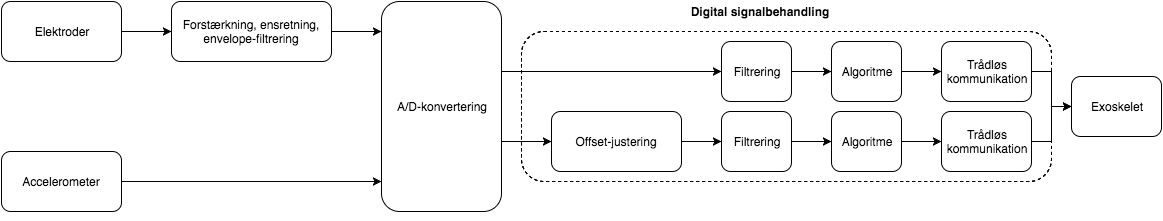
Above: figures/blokdiagram.png in mariakroustrup/ST4 (draw.io), before the change. Source tidied: cells renumbered, new cells last; positions are measured from the earlier drawing's top-left corner, leaving out a move shared by most shapes. Source of this version:
```xml
<mxGraphModel background="#ffffff">
  <root>
    <mxCell id="0" />
    <mxCell id="1" parent="0" />
    <mxCell id="2" style="rounded=1;whiteSpace=wrap;html=1;dashed=1;" parent="1" vertex="1">
      <mxGeometry x="520" y="30" width="530" height="150" as="geometry" />
    </mxCell>
    <mxCell id="3" value="Offset-justering" style="rounded=1;whiteSpace=wrap;html=1;" parent="1" vertex="1">
      <mxGeometry x="550" y="110" width="130" height="60" as="geometry" />
    </mxCell>
    <mxCell id="4" value="A/D-konvertering" style="rounded=1;whiteSpace=wrap;html=1;shadow=0;" parent="1" vertex="1">
      <mxGeometry x="380" width="120" height="210" as="geometry" />
    </mxCell>
    <mxCell id="5" value="Elektroder" style="rounded=1;whiteSpace=wrap;html=1;" parent="1" vertex="1">
      <mxGeometry width="120" height="60" as="geometry" />
    </mxCell>
    <mxCell id="6" value="Accelerometer" style="rounded=1;whiteSpace=wrap;html=1;" parent="1" vertex="1">
      <mxGeometry y="150" width="120" height="60" as="geometry" />
    </mxCell>
    <mxCell id="7" value="&lt;div&gt;Forstærkning, ensretning, envelope-filtrering&lt;/div&gt;" style="rounded=1;whiteSpace=wrap;html=1;" parent="1" vertex="1">
      <mxGeometry x="170" width="160" height="60" as="geometry" />
    </mxCell>
    <mxCell id="8" style="endArrow=classic;html=1;entryX=0;entryY=0.5;exitX=1;exitY=0.5;" parent="1" edge="1" source="5" target="7">
      <mxGeometry relative="1" as="geometry" />
    </mxCell>
    <mxCell id="9" style="edgeStyle=orthogonalEdgeStyle;rounded=0;html=1;exitX=1;exitY=0.5;jettySize=auto;" parent="1" edge="1" source="7">
      <mxGeometry relative="1" as="geometry">
        <mxPoint x="380" y="30" as="targetPoint" />
      </mxGeometry>
    </mxCell>
    <mxCell id="10" style="edgeStyle=orthogonalEdgeStyle;rounded=0;html=1;exitX=1;exitY=0.5;entryX=0;entryY=0.857;entryPerimeter=0;jettySize=auto;" parent="1" edge="1" source="6" target="4">
      <mxGeometry relative="1" as="geometry" />
    </mxCell>
    <mxCell id="11" style="edgeStyle=orthogonalEdgeStyle;rounded=0;html=1;exitX=0;exitY=0.5;entryX=0;entryY=0.5;jettySize=auto;orthogonalLoop=1;" parent="1" edge="1" source="3" target="3">
      <mxGeometry relative="1" as="geometry" />
    </mxCell>
    <mxCell id="12" value="&lt;b&gt;Digital signalbehandling&lt;/b&gt;" style="text;html=1;strokeColor=none;fillColor=none;align=center;verticalAlign=middle;whiteSpace=wrap;overflow=hidden;dashed=1;" parent="1" vertex="1">
      <mxGeometry x="670" width="175" height="20" as="geometry" />
    </mxCell>
    <mxCell id="13" style="edgeStyle=orthogonalEdgeStyle;rounded=0;html=1;exitX=0.5;exitY=1;startSize=6;jettySize=auto;orthogonalLoop=1;" parent="1" edge="1">
      <mxGeometry relative="1" as="geometry">
        <mxPoint x="755" y="210" as="sourcePoint" />
        <mxPoint x="755" y="210" as="targetPoint" />
      </mxGeometry>
    </mxCell>
    <mxCell id="14" value="&lt;span&gt;Filtrering&lt;/span&gt;" style="rounded=1;whiteSpace=wrap;html=1;" parent="1" vertex="1">
      <mxGeometry x="720" y="110" width="70" height="60" as="geometry" />
    </mxCell>
    <mxCell id="15" value="&lt;span&gt;Algoritme&lt;/span&gt;" style="rounded=1;whiteSpace=wrap;html=1;" parent="1" vertex="1">
      <mxGeometry x="830" y="110" width="70" height="60" as="geometry" />
    </mxCell>
    <mxCell id="16" value="&lt;span&gt;Trådløs&lt;/span&gt;&lt;br&gt;&lt;span&gt;kommunikation&lt;/span&gt;" style="rounded=1;whiteSpace=wrap;html=1;" parent="1" vertex="1">
      <mxGeometry x="940" y="110" width="90" height="60" as="geometry" />
    </mxCell>
    <mxCell id="17" value="Exoskelet" style="rounded=1;whiteSpace=wrap;html=1;" parent="1" vertex="1">
      <mxGeometry x="1070" y="75" width="90" height="60" as="geometry" />
    </mxCell>
    <mxCell id="18" style="edgeStyle=orthogonalEdgeStyle;rounded=0;html=1;exitX=1;exitY=0.5;jettySize=auto;strokeColor=#000000;" parent="1" edge="1" source="3" target="14">
      <mxGeometry relative="1" as="geometry" />
    </mxCell>
    <mxCell id="19" style="edgeStyle=orthogonalEdgeStyle;rounded=0;html=1;exitX=1;exitY=0.5;jettySize=auto;strokeColor=#000000;" parent="1" edge="1" source="14" target="15">
      <mxGeometry relative="1" as="geometry" />
    </mxCell>
    <mxCell id="20" style="edgeStyle=orthogonalEdgeStyle;rounded=0;html=1;exitX=1;exitY=0.5;entryX=0;entryY=0.5;jettySize=auto;strokeColor=#000000;" parent="1" edge="1" source="15" target="16">
      <mxGeometry relative="1" as="geometry" />
    </mxCell>
    <mxCell id="21" value="&lt;span&gt;Filtrering&lt;/span&gt;" style="rounded=1;whiteSpace=wrap;html=1;" parent="1" vertex="1">
      <mxGeometry x="720" y="40" width="70" height="60" as="geometry" />
    </mxCell>
    <mxCell id="22" value="&lt;span&gt;Algoritme&lt;/span&gt;" style="rounded=1;whiteSpace=wrap;html=1;" parent="1" vertex="1">
      <mxGeometry x="830" y="40" width="70" height="60" as="geometry" />
    </mxCell>
    <mxCell id="23" value="&lt;span&gt;Trådløs&lt;/span&gt;&lt;br&gt;&lt;span&gt;kommunikation&lt;/span&gt;" style="rounded=1;whiteSpace=wrap;html=1;" parent="1" vertex="1">
      <mxGeometry x="940" y="40" width="90" height="60" as="geometry" />
    </mxCell>
    <mxCell id="24" style="edgeStyle=orthogonalEdgeStyle;rounded=0;html=1;exitX=1;exitY=0.5;entryX=0;entryY=0.5;jettySize=auto;strokeColor=#000000;" parent="1" edge="1" source="23" target="17">
      <mxGeometry relative="1" as="geometry" />
    </mxCell>
    <mxCell id="25" style="edgeStyle=orthogonalEdgeStyle;rounded=0;html=1;exitX=1;exitY=0.5;entryX=0;entryY=0.5;jettySize=auto;strokeColor=#000000;" parent="1" edge="1" source="16" target="17">
      <mxGeometry relative="1" as="geometry" />
    </mxCell>
    <mxCell id="26" style="edgeStyle=orthogonalEdgeStyle;rounded=0;html=1;exitX=1;exitY=0.5;jettySize=auto;strokeColor=#000000;" parent="1" edge="1" source="4" target="21">
      <mxGeometry relative="1" as="geometry">
        <Array as="points">
          <mxPoint x="500" y="70" />
        </Array>
      </mxGeometry>
    </mxCell>
    <mxCell id="27" style="edgeStyle=orthogonalEdgeStyle;rounded=0;html=1;exitX=1;exitY=0.5;entryX=0;entryY=0.5;jettySize=auto;strokeColor=#000000;" parent="1" edge="1" source="21" target="22">
      <mxGeometry relative="1" as="geometry" />
    </mxCell>
    <mxCell id="28" style="edgeStyle=orthogonalEdgeStyle;rounded=0;html=1;exitX=1;exitY=0.5;entryX=0;entryY=0.5;jettySize=auto;strokeColor=#000000;" parent="1" edge="1" source="22" target="23">
      <mxGeometry relative="1" as="geometry" />
    </mxCell>
    <mxCell id="29" style="edgeStyle=orthogonalEdgeStyle;rounded=0;html=1;exitX=1;exitY=0.5;entryX=0;entryY=0.5;jettySize=auto;strokeColor=#000000;" parent="1" edge="1" source="4" target="3">
      <mxGeometry relative="1" as="geometry">
        <Array as="points">
          <mxPoint x="500" y="140" />
        </Array>
      </mxGeometry>
    </mxCell>
  </root>
</mxGraphModel>
```
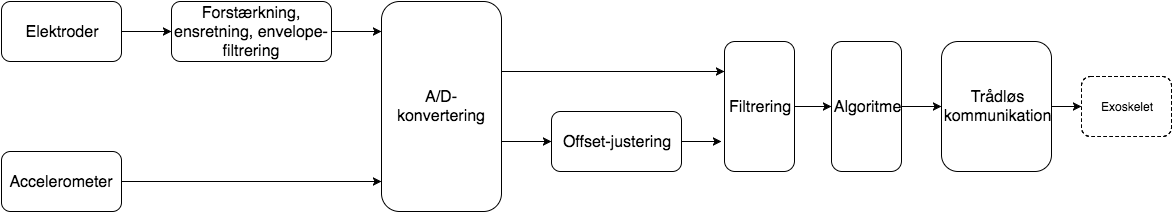
The same diagram one commit later.

Diff of the diagram source:
```diff
@@ -2,22 +2,19 @@
   <root>
     <mxCell id="0" />
     <mxCell id="1" parent="0" />
-    <mxCell id="2" style="rounded=1;whiteSpace=wrap;html=1;dashed=1;" parent="1" vertex="1">
-      <mxGeometry x="520" y="30" width="530" height="150" as="geometry" />
-    </mxCell>
-    <mxCell id="3" value="Offset-justering" style="rounded=1;whiteSpace=wrap;html=1;" parent="1" vertex="1">
+    <mxCell id="3" value="&lt;font style=&quot;font-size: 16px&quot;&gt;Offset-justering&lt;/font&gt;" style="rounded=1;whiteSpace=wrap;html=1;" parent="1" vertex="1">
       <mxGeometry x="550" y="110" width="130" height="60" as="geometry" />
     </mxCell>
-    <mxCell id="4" value="A/D-konvertering" style="rounded=1;whiteSpace=wrap;html=1;shadow=0;" parent="1" vertex="1">
+    <mxCell id="4" value="&lt;font style=&quot;font-size: 16px&quot;&gt;A/D-konvertering&lt;/font&gt;" style="rounded=1;whiteSpace=wrap;html=1;shadow=0;" parent="1" vertex="1">
       <mxGeometry x="380" width="120" height="210" as="geometry" />
     </mxCell>
-    <mxCell id="5" value="Elektroder" style="rounded=1;whiteSpace=wrap;html=1;" parent="1" vertex="1">
+    <mxCell id="5" value="&lt;font style=&quot;font-size: 16px&quot;&gt;Elektroder&lt;/font&gt;" style="rounded=1;whiteSpace=wrap;html=1;" parent="1" vertex="1">
       <mxGeometry width="120" height="60" as="geometry" />
     </mxCell>
-    <mxCell id="6" value="Accelerometer" style="rounded=1;whiteSpace=wrap;html=1;" parent="1" vertex="1">
+    <mxCell id="6" value="&lt;font style=&quot;font-size: 16px&quot;&gt;Accelerometer&lt;/font&gt;" style="rounded=1;whiteSpace=wrap;html=1;" parent="1" vertex="1">
       <mxGeometry y="150" width="120" height="60" as="geometry" />
     </mxCell>
-    <mxCell id="7" value="&lt;div&gt;Forstærkning, ensretning, envelope-filtrering&lt;/div&gt;" style="rounded=1;whiteSpace=wrap;html=1;" parent="1" vertex="1">
+    <mxCell id="7" value="&lt;div&gt;&lt;font style=&quot;font-size: 16px&quot;&gt;Forstærkning, ensretning, envelope-filtrering&lt;/font&gt;&lt;/div&gt;" style="rounded=1;whiteSpace=wrap;html=1;" parent="1" vertex="1">
       <mxGeometry x="170" width="160" height="60" as="geometry" />
     </mxCell>
     <mxCell id="8" style="endArrow=classic;html=1;entryX=0;entryY=0.5;exitX=1;exitY=0.5;" parent="1" edge="1" source="5" target="7">
@@ -34,51 +31,32 @@
     <mxCell id="11" style="edgeStyle=orthogonalEdgeStyle;rounded=0;html=1;exitX=0;exitY=0.5;entryX=0;entryY=0.5;jettySize=auto;orthogonalLoop=1;" parent="1" edge="1" source="3" target="3">
       <mxGeometry relative="1" as="geometry" />
     </mxCell>
-    <mxCell id="12" value="&lt;b&gt;Digital signalbehandling&lt;/b&gt;" style="text;html=1;strokeColor=none;fillColor=none;align=center;verticalAlign=middle;whiteSpace=wrap;overflow=hidden;dashed=1;" parent="1" vertex="1">
-      <mxGeometry x="670" width="175" height="20" as="geometry" />
-    </mxCell>
     <mxCell id="13" style="edgeStyle=orthogonalEdgeStyle;rounded=0;html=1;exitX=0.5;exitY=1;startSize=6;jettySize=auto;orthogonalLoop=1;" parent="1" edge="1">
       <mxGeometry relative="1" as="geometry">
         <mxPoint x="755" y="210" as="sourcePoint" />
         <mxPoint x="755" y="210" as="targetPoint" />
       </mxGeometry>
     </mxCell>
-    <mxCell id="14" value="&lt;span&gt;Filtrering&lt;/span&gt;" style="rounded=1;whiteSpace=wrap;html=1;" parent="1" vertex="1">
-      <mxGeometry x="720" y="110" width="70" height="60" as="geometry" />
-    </mxCell>
-    <mxCell id="15" value="&lt;span&gt;Algoritme&lt;/span&gt;" style="rounded=1;whiteSpace=wrap;html=1;" parent="1" vertex="1">
-      <mxGeometry x="830" y="110" width="70" height="60" as="geometry" />
-    </mxCell>
-    <mxCell id="16" value="&lt;span&gt;Trådløs&lt;/span&gt;&lt;br&gt;&lt;span&gt;kommunikation&lt;/span&gt;" style="rounded=1;whiteSpace=wrap;html=1;" parent="1" vertex="1">
-      <mxGeometry x="940" y="110" width="90" height="60" as="geometry" />
-    </mxCell>
-    <mxCell id="17" value="Exoskelet" style="rounded=1;whiteSpace=wrap;html=1;" parent="1" vertex="1">
-      <mxGeometry x="1070" y="75" width="90" height="60" as="geometry" />
+    <mxCell id="17" value="Exoskelet" style="rounded=1;whiteSpace=wrap;html=1;dashed=1;" parent="1" vertex="1">
+      <mxGeometry x="1080" y="75" width="90" height="60" as="geometry" />
     </mxCell>
-    <mxCell id="18" style="edgeStyle=orthogonalEdgeStyle;rounded=0;html=1;exitX=1;exitY=0.5;jettySize=auto;strokeColor=#000000;" parent="1" edge="1" source="3" target="14">
-      <mxGeometry relative="1" as="geometry" />
+    <mxCell id="18" style="edgeStyle=orthogonalEdgeStyle;rounded=0;html=1;exitX=1;exitY=0.5;jettySize=auto;strokeColor=#000000;" parent="1" edge="1" source="3">
+      <mxGeometry relative="1" as="geometry">
+        <mxPoint x="720" y="140" as="targetPoint" />
+      </mxGeometry>
     </mxCell>
-    <mxCell id="19" style="edgeStyle=orthogonalEdgeStyle;rounded=0;html=1;exitX=1;exitY=0.5;jettySize=auto;strokeColor=#000000;" parent="1" edge="1" source="14" target="15">
-      <mxGeometry relative="1" as="geometry" />
-    </mxCell>
-    <mxCell id="20" style="edgeStyle=orthogonalEdgeStyle;rounded=0;html=1;exitX=1;exitY=0.5;entryX=0;entryY=0.5;jettySize=auto;strokeColor=#000000;" parent="1" edge="1" source="15" target="16">
-      <mxGeometry relative="1" as="geometry" />
-    </mxCell>
-    <mxCell id="21" value="&lt;span&gt;Filtrering&lt;/span&gt;" style="rounded=1;whiteSpace=wrap;html=1;" parent="1" vertex="1">
-      <mxGeometry x="720" y="40" width="70" height="60" as="geometry" />
+    <mxCell id="21" value="&lt;span&gt;&lt;font style=&quot;font-size: 16px&quot;&gt;Filtrering&lt;/font&gt;&lt;/span&gt;" style="rounded=1;whiteSpace=wrap;html=1;" parent="1" vertex="1">
+      <mxGeometry x="723" y="40" width="70" height="130" as="geometry" />
     </mxCell>
-    <mxCell id="22" value="&lt;span&gt;Algoritme&lt;/span&gt;" style="rounded=1;whiteSpace=wrap;html=1;" parent="1" vertex="1">
-      <mxGeometry x="830" y="40" width="70" height="60" as="geometry" />
+    <mxCell id="22" value="&lt;span&gt;&lt;font style=&quot;font-size: 16px&quot;&gt;Algoritme&lt;/font&gt;&lt;/span&gt;" style="rounded=1;whiteSpace=wrap;html=1;" parent="1" vertex="1">
+      <mxGeometry x="830" y="40" width="70" height="130" as="geometry" />
     </mxCell>
-    <mxCell id="23" value="&lt;span&gt;Trådløs&lt;/span&gt;&lt;br&gt;&lt;span&gt;kommunikation&lt;/span&gt;" style="rounded=1;whiteSpace=wrap;html=1;" parent="1" vertex="1">
-      <mxGeometry x="940" y="40" width="90" height="60" as="geometry" />
+    <mxCell id="23" value="&lt;font style=&quot;font-size: 16px&quot;&gt;Trådløs&lt;br&gt;kommunikation&lt;/font&gt;" style="rounded=1;whiteSpace=wrap;html=1;" parent="1" vertex="1">
+      <mxGeometry x="940" y="40" width="110" height="130" as="geometry" />
     </mxCell>
     <mxCell id="24" style="edgeStyle=orthogonalEdgeStyle;rounded=0;html=1;exitX=1;exitY=0.5;entryX=0;entryY=0.5;jettySize=auto;strokeColor=#000000;" parent="1" edge="1" source="23" target="17">
       <mxGeometry relative="1" as="geometry" />
     </mxCell>
-    <mxCell id="25" style="edgeStyle=orthogonalEdgeStyle;rounded=0;html=1;exitX=1;exitY=0.5;entryX=0;entryY=0.5;jettySize=auto;strokeColor=#000000;" parent="1" edge="1" source="16" target="17">
-      <mxGeometry relative="1" as="geometry" />
-    </mxCell>
     <mxCell id="26" style="edgeStyle=orthogonalEdgeStyle;rounded=0;html=1;exitX=1;exitY=0.5;jettySize=auto;strokeColor=#000000;" parent="1" edge="1" source="4" target="21">
       <mxGeometry relative="1" as="geometry">
         <Array as="points">
@@ -90,7 +68,12 @@
       <mxGeometry relative="1" as="geometry" />
     </mxCell>
     <mxCell id="28" style="edgeStyle=orthogonalEdgeStyle;rounded=0;html=1;exitX=1;exitY=0.5;entryX=0;entryY=0.5;jettySize=auto;strokeColor=#000000;" parent="1" edge="1" source="22" target="23">
-      <mxGeometry relative="1" as="geometry" />
+      <mxGeometry relative="1" as="geometry">
+        <Array as="points">
+          <mxPoint x="920" y="105" />
+          <mxPoint x="920" y="105" />
+        </Array>
+      </mxGeometry>
     </mxCell>
     <mxCell id="29" style="edgeStyle=orthogonalEdgeStyle;rounded=0;html=1;exitX=1;exitY=0.5;entryX=0;entryY=0.5;jettySize=auto;strokeColor=#000000;" parent="1" edge="1" source="4" target="3">
       <mxGeometry relative="1" as="geometry">
```
